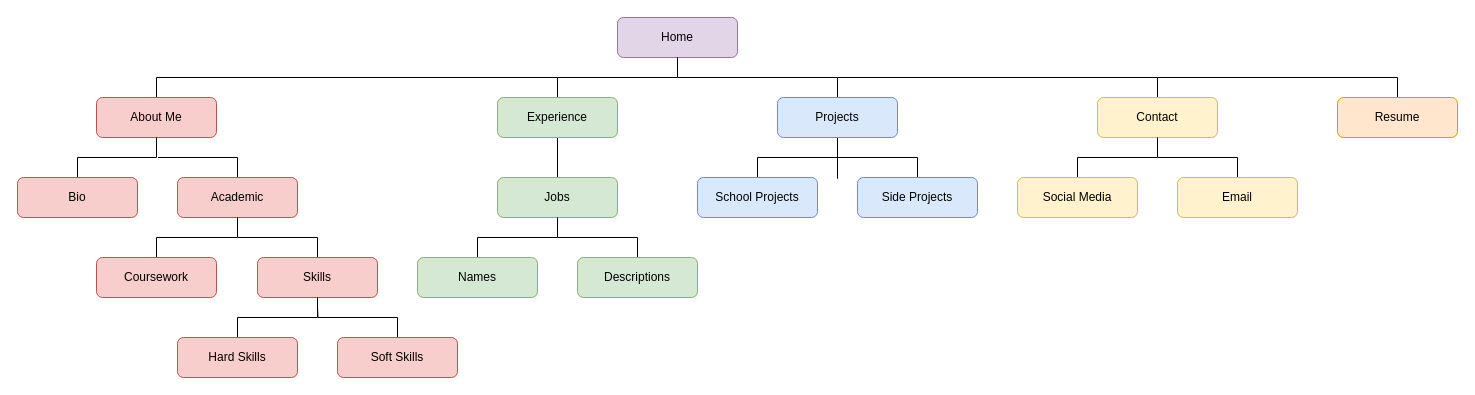
This is Untitled Diagram.drawio from PhingTaing/CSE-134B, a draw.io file, before an edit. Source tidied: cells renumbered, new cells numbered last; positions are measured from the earlier drawing's top-left corner, leaving out a move shared by most shapes. Both pictures are drawn from the tidied source at 100%, with x=0, y=0 at pixel (17, 17).
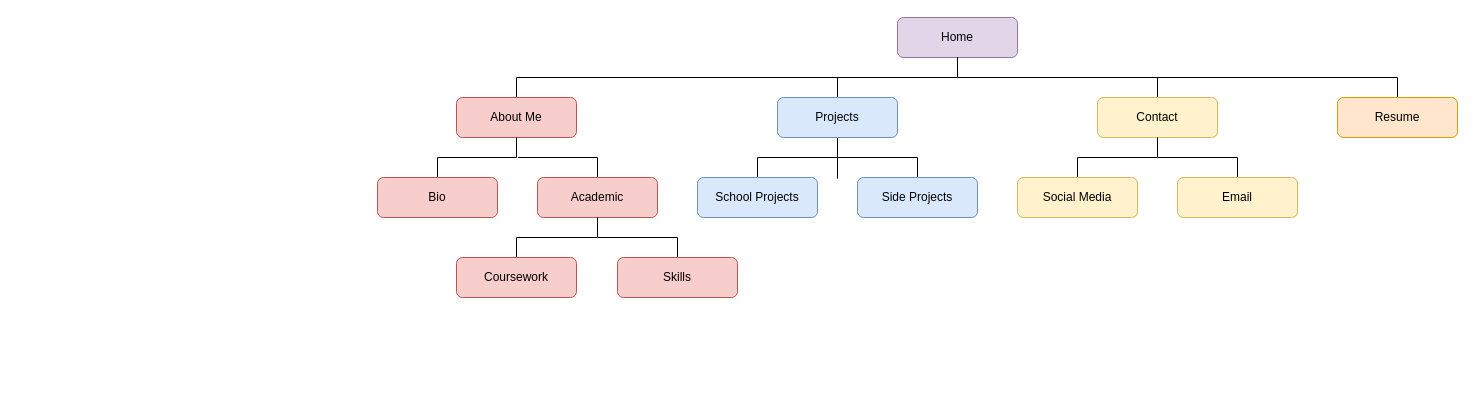
The same diagram, later.

The change refers to these unchanged cells:
```xml
<mxCell id="10" value="Projects" style="rounded=1;whiteSpace=wrap;html=1;fillColor=#dae8fc;strokeColor=#6c8ebf;" parent="1" vertex="1">
  <mxGeometry x="760" y="80" width="120" height="40" as="geometry" />
</mxCell>
<mxCell id="12" value="Contact" style="rounded=1;whiteSpace=wrap;html=1;fillColor=#fff2cc;strokeColor=#d6b656;" parent="1" vertex="1">
  <mxGeometry x="1080" y="80" width="120" height="40" as="geometry" />
</mxCell>
<mxCell id="14" value="Email" style="rounded=1;whiteSpace=wrap;html=1;fillColor=#fff2cc;strokeColor=#d6b656;" parent="1" vertex="1">
  <mxGeometry x="1160" y="160" width="120" height="40" as="geometry" />
</mxCell>
<mxCell id="36" value="Side Projects" style="rounded=1;whiteSpace=wrap;html=1;fillColor=#dae8fc;strokeColor=#6c8ebf;" parent="1" vertex="1">
  <mxGeometry x="840" y="160" width="120" height="40" as="geometry" />
</mxCell>
<mxCell id="38" value="Resume" style="rounded=1;whiteSpace=wrap;html=1;fillColor=#ffe6cc;strokeColor=#d79b00;" parent="1" vertex="1">
  <mxGeometry x="1320" y="80" width="120" height="40" as="geometry" />
</mxCell>
```

The edit, as a diff of the source:
```diff
@@
     <mxCell id="2" value="Home" style="rounded=1;whiteSpace=wrap;html=1;fillColor=#e1d5e7;strokeColor=#9673a6;" parent="1" vertex="1">
-      <mxGeometry x="600" width="120" height="40" as="geometry" />
+      <mxGeometry x="880" width="120" height="40" as="geometry" />
     </mxCell>
@@
     <mxCell id="4" value="About Me" style="rounded=1;whiteSpace=wrap;html=1;fillColor=#f8cecc;strokeColor=#b85450;" parent="1" vertex="1">
-      <mxGeometry x="79" y="80" width="120" height="40" as="geometry" />
+      <mxGeometry x="439" y="80" width="120" height="40" as="geometry" />
     </mxCell>
-    <mxCell id="5" style="edgeStyle=orthogonalEdgeStyle;rounded=0;jettySize=auto;html=1;endArrow=none;endFill=0;" parent="1" edge="1" source="7" target="30">
-      <mxGeometry relative="1" as="geometry" />
-    </mxCell>
-    <mxCell id="6" style="edgeStyle=orthogonalEdgeStyle;rounded=0;jettySize=auto;html=1;exitX=0.5;exitY=0;exitDx=0;exitDy=0;endArrow=none;endFill=0;" parent="1" edge="1" source="7">
-      <mxGeometry relative="1" as="geometry">
-        <mxPoint x="540" y="60" as="targetPoint" />
-      </mxGeometry>
-    </mxCell>
-    <mxCell id="7" value="Experience" style="rounded=1;whiteSpace=wrap;html=1;fillColor=#d5e8d4;strokeColor=#82b366;" parent="1" vertex="1">
-      <mxGeometry x="480" y="80" width="120" height="40" as="geometry" />
-    </mxCell>
-    <mxCell id="8" style="edgeStyle=orthogonalEdgeStyle;rounded=0;jettySize=auto;html=1;endArrow=none;endFill=0;" parent="1" edge="1" source="10" target="36">
-      <mxGeometry relative="1" as="geometry" />
+    <mxCell id="8" style="edgeStyle=orthogonalEdgeStyle;rounded=0;jettySize=auto;html=1;endArrow=none;endFill=0;" parent="1" edge="1" source="10">
+      <mxGeometry relative="1" as="geometry">
+        <mxPoint x="900" y="160" as="targetPoint" />
+        <Array as="points">
+          <mxPoint x="820" y="140" />
+          <mxPoint x="900" y="140" />
+        </Array>
+      </mxGeometry>
     </mxCell>
     <mxCell id="9" style="edgeStyle=orthogonalEdgeStyle;rounded=0;jettySize=auto;html=1;exitX=0.5;exitY=0;exitDx=0;exitDy=0;entryX=0.5;entryY=1;entryDx=0;entryDy=0;endArrow=none;endFill=0;" parent="1" edge="1" source="10" target="2">
       <mxGeometry relative="1" as="geometry">
         <Array as="points">
           <mxPoint x="820" y="60" />
-          <mxPoint x="660" y="60" />
+          <mxPoint x="940" y="60" />
         </Array>
       </mxGeometry>
     </mxCell>
@@
-    <mxCell id="11" style="edgeStyle=orthogonalEdgeStyle;rounded=0;jettySize=auto;html=1;exitX=0.5;exitY=0;exitDx=0;exitDy=0;endArrow=none;endFill=0;" parent="1" edge="1" source="12">
-      <mxGeometry relative="1" as="geometry">
-        <mxPoint x="1140" y="60" as="targetPoint" />
-      </mxGeometry>
-    </mxCell>
+    <mxCell id="39" style="edgeStyle=orthogonalEdgeStyle;rounded=0;jettySize=auto;html=1;exitX=0.5;exitY=0;exitDx=0;exitDy=0;endArrow=none;endFill=0;" parent="1" edge="1" source="12">
+      <mxGeometry relative="1" as="geometry">
+        <mxPoint x="1140" y="60" as="targetPoint" />
+      </mxGeometry>
+    </mxCell>
@@
     <mxCell id="13" style="edgeStyle=orthogonalEdgeStyle;rounded=0;jettySize=auto;html=1;exitX=0.5;exitY=0;exitDx=0;exitDy=0;endArrow=none;endFill=0;" parent="1" edge="1" source="14">
       <mxGeometry relative="1" as="geometry">
         <mxPoint x="1140" y="140" as="targetPoint" />
+        <Array as="points">
+          <mxPoint x="1220" y="140" />
+        </Array>
       </mxGeometry>
     </mxCell>
@@
     <mxCell id="17" style="edgeStyle=orthogonalEdgeStyle;rounded=0;jettySize=auto;html=1;exitX=0.5;exitY=0;exitDx=0;exitDy=0;endArrow=none;endFill=0;" parent="1" edge="1" source="18">
       <mxGeometry relative="1" as="geometry">
-        <mxPoint x="140" y="140" as="targetPoint" />
+        <mxPoint x="500" y="140" as="targetPoint" />
       </mxGeometry>
     </mxCell>
     <mxCell id="18" value="Academic" style="rounded=1;whiteSpace=wrap;html=1;fillColor=#f8cecc;strokeColor=#b85450;" parent="1" vertex="1">
-      <mxGeometry x="160" y="160" width="120" height="40" as="geometry" />
+      <mxGeometry x="520" y="160" width="120" height="40" as="geometry" />
     </mxCell>
-    <mxCell id="19" style="edgeStyle=orthogonalEdgeStyle;rounded=0;jettySize=auto;html=1;exitX=0.5;exitY=0;exitDx=0;exitDy=0;entryX=0.5;entryY=1;entryDx=0;entryDy=0;endArrow=none;endFill=0;" parent="1" edge="1" source="20" target="4">
-      <mxGeometry relative="1" as="geometry" />
+    <mxCell id="19" style="edgeStyle=orthogonalEdgeStyle;rounded=0;jettySize=auto;html=1;exitX=0.5;exitY=0;exitDx=0;exitDy=0;entryX=0.5;entryY=1;entryDx=0;entryDy=0;endArrow=none;endFill=0;" parent="1" edge="1" target="4">
+      <mxGeometry relative="1" as="geometry">
+        <mxPoint x="420" y="160" as="sourcePoint" />
+        <Array as="points">
+          <mxPoint x="420" y="140" />
+          <mxPoint x="499" y="140" />
+        </Array>
+      </mxGeometry>
     </mxCell>
     <mxCell id="20" value="Bio" style="rounded=1;whiteSpace=wrap;html=1;fillColor=#f8cecc;strokeColor=#b85450;" parent="1" vertex="1">
-      <mxGeometry y="160" width="120" height="40" as="geometry" />
+      <mxGeometry x="360" y="160" width="120" height="40" as="geometry" />
     </mxCell>
@@
     <mxCell id="22" value="Coursework" style="rounded=1;whiteSpace=wrap;html=1;fillColor=#f8cecc;strokeColor=#b85450;" parent="1" vertex="1">
-      <mxGeometry x="79" y="240" width="120" height="40" as="geometry" />
+      <mxGeometry x="439" y="240" width="120" height="40" as="geometry" />
     </mxCell>
     <mxCell id="23" style="edgeStyle=orthogonalEdgeStyle;rounded=0;jettySize=auto;html=1;exitX=0.5;exitY=0;exitDx=0;exitDy=0;endArrow=none;endFill=0;" parent="1" edge="1" source="24">
       <mxGeometry relative="1" as="geometry">
-        <mxPoint x="220" y="220" as="targetPoint" />
+        <mxPoint x="580" y="220" as="targetPoint" />
       </mxGeometry>
     </mxCell>
     <mxCell id="24" value="Skills" style="rounded=1;whiteSpace=wrap;html=1;fillColor=#f8cecc;strokeColor=#b85450;" parent="1" vertex="1">
-      <mxGeometry x="240" y="240" width="120" height="40" as="geometry" />
+      <mxGeometry x="600" y="240" width="120" height="40" as="geometry" />
     </mxCell>
-    <mxCell id="25" style="edgeStyle=orthogonalEdgeStyle;rounded=0;jettySize=auto;html=1;exitX=0.5;exitY=0;exitDx=0;exitDy=0;entryX=0.5;entryY=1;entryDx=0;entryDy=0;endArrow=none;endFill=0;" parent="1" edge="1" source="26" target="24">
-      <mxGeometry relative="1" as="geometry" />
-    </mxCell>
-    <mxCell id="26" value="Hard Skills" style="rounded=1;whiteSpace=wrap;html=1;fillColor=#f8cecc;strokeColor=#b85450;" parent="1" vertex="1">
-      <mxGeometry x="160" y="320" width="120" height="40" as="geometry" />
-    </mxCell>
-    <mxCell id="27" style="edgeStyle=orthogonalEdgeStyle;rounded=0;jettySize=auto;html=1;exitX=0.5;exitY=0;exitDx=0;exitDy=0;endArrow=none;endFill=0;" parent="1" edge="1" source="28">
-      <mxGeometry relative="1" as="geometry">
-        <mxPoint x="300" y="290" as="targetPoint" />
-      </mxGeometry>
-    </mxCell>
-    <mxCell id="28" value="Soft Skills" style="rounded=1;whiteSpace=wrap;html=1;fillColor=#f8cecc;strokeColor=#b85450;" parent="1" vertex="1">
-      <mxGeometry x="320" y="320" width="120" height="40" as="geometry" />
-    </mxCell>
-    <mxCell id="29" style="edgeStyle=orthogonalEdgeStyle;rounded=0;jettySize=auto;html=1;endArrow=none;endFill=0;" parent="1" edge="1" source="30" target="31">
-      <mxGeometry relative="1" as="geometry" />
-    </mxCell>
-    <mxCell id="30" value="Jobs" style="rounded=1;whiteSpace=wrap;html=1;fillColor=#d5e8d4;strokeColor=#82b366;" parent="1" vertex="1">
-      <mxGeometry x="480" y="160" width="120" height="40" as="geometry" />
-    </mxCell>
-    <mxCell id="31" value="Names" style="rounded=1;whiteSpace=wrap;html=1;fillColor=#d5e8d4;strokeColor=#82b366;" parent="1" vertex="1">
-      <mxGeometry x="400" y="240" width="120" height="40" as="geometry" />
-    </mxCell>
-    <mxCell id="32" style="edgeStyle=orthogonalEdgeStyle;rounded=0;jettySize=auto;html=1;exitX=0.5;exitY=0;exitDx=0;exitDy=0;entryX=0.5;entryY=1;entryDx=0;entryDy=0;endArrow=none;endFill=0;" parent="1" edge="1" source="33" target="30">
-      <mxGeometry relative="1" as="geometry" />
-    </mxCell>
-    <mxCell id="33" value="Descriptions" style="rounded=1;whiteSpace=wrap;html=1;fillColor=#d5e8d4;strokeColor=#82b366;" parent="1" vertex="1">
-      <mxGeometry x="560" y="240" width="120" height="40" as="geometry" />
-    </mxCell>
@@
     <mxCell id="37" style="edgeStyle=orthogonalEdgeStyle;rounded=0;jettySize=auto;html=1;exitX=0.5;exitY=0;exitDx=0;exitDy=0;endArrow=none;endFill=0;" parent="1" edge="1" source="38">
       <mxGeometry relative="1" as="geometry">
-        <mxPoint x="820" y="60" as="targetPoint" />
+        <mxPoint x="860" y="60" as="targetPoint" />
         <Array as="points">
           <mxPoint x="1380" y="60" />
         </Array>
       </mxGeometry>
     </mxCell>
```
